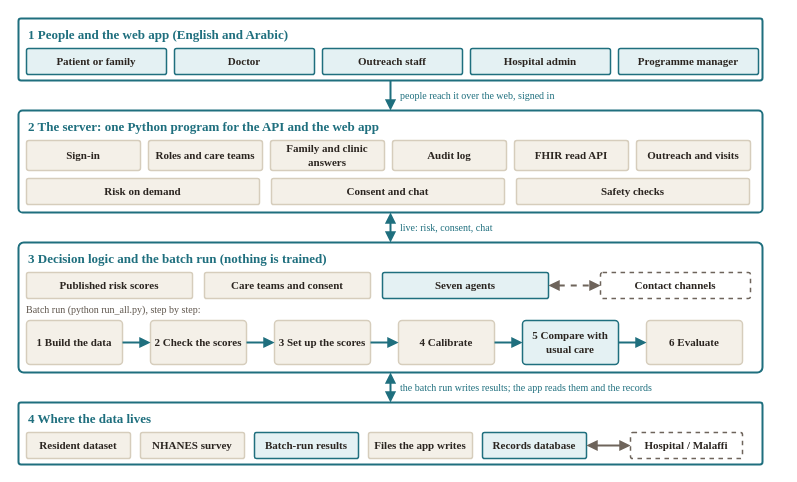
Above: docs/architecture_slide.drawio in Smarttechk/Hack2Skill_Precision-Prevention (draw.io), before the change. Source tidied: cells renumbered, new cells numbered last; positions are measured from the earlier drawing's top-left corner, leaving out a move shared by most shapes. Both pictures are drawn from the tidied source at 100%, with x=0, y=0 at pixel (18, 18).
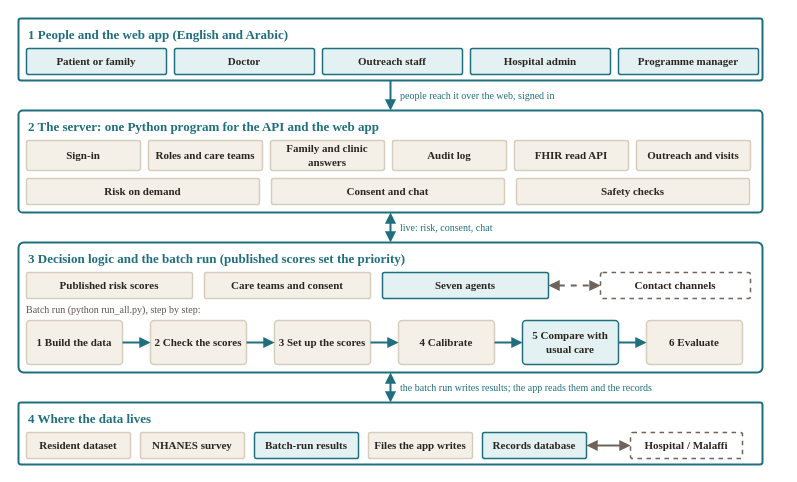
After the change.

Commit message (it also covers changes not shown here):
Update the decks and architecture diagrams for the trained second opinion

Diff of the diagram source:
```diff
@@
-    <mxCell id="4" value="3  Decision logic and the batch run (nothing is trained)" style="rounded=1;whiteSpace=wrap;html=1;fillColor=#FFFFFF;strokeColor=#1F6F7E;strokeWidth=2;fontColor=#1F6F7E;fontSize=13;fontStyle=1;fontFamily=Times New Roman;align=left;verticalAlign=top;arcSize=4;spacingLeft=8;spacingTop=2;" parent="1" vertex="1">
+    <mxCell id="4" value="3  Decision logic and the batch run (published scores set the priority)" style="rounded=1;whiteSpace=wrap;html=1;fillColor=#FFFFFF;strokeColor=#1F6F7E;strokeWidth=2;fontColor=#1F6F7E;fontSize=13;fontStyle=1;fontFamily=Times New Roman;align=left;verticalAlign=top;arcSize=4;spacingLeft=8;spacingTop=2;" parent="1" vertex="1">
       <mxGeometry y="224" width="744" height="130" as="geometry" />
     </mxCell>
```
